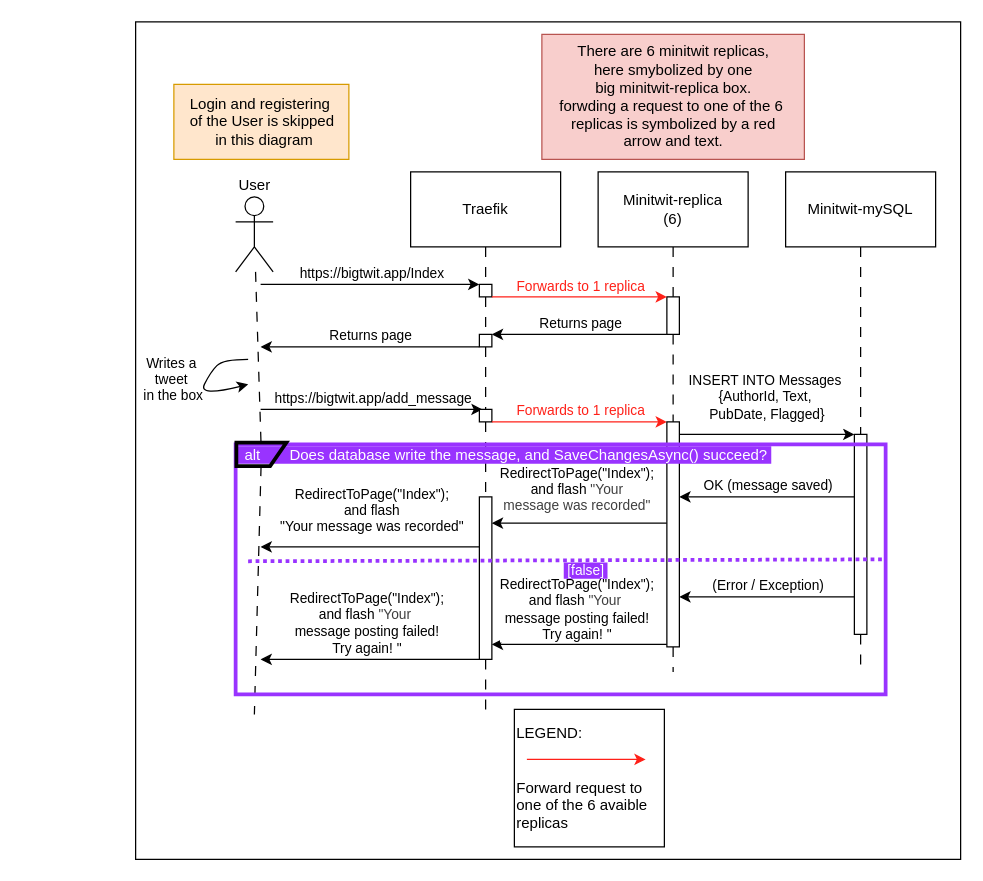
Above: report/diagrams/interactions_user.drawio in ITU-DevOps2026/ITU-minitwit (draw.io), before the change. Source tidied: cells renumbered, new cells numbered last; positions are measured from the earlier drawing's top-left corner, leaving out a move shared by most shapes. Both pictures are drawn from the tidied source at 125%, with x=0, y=0 at pixel (135, 21).
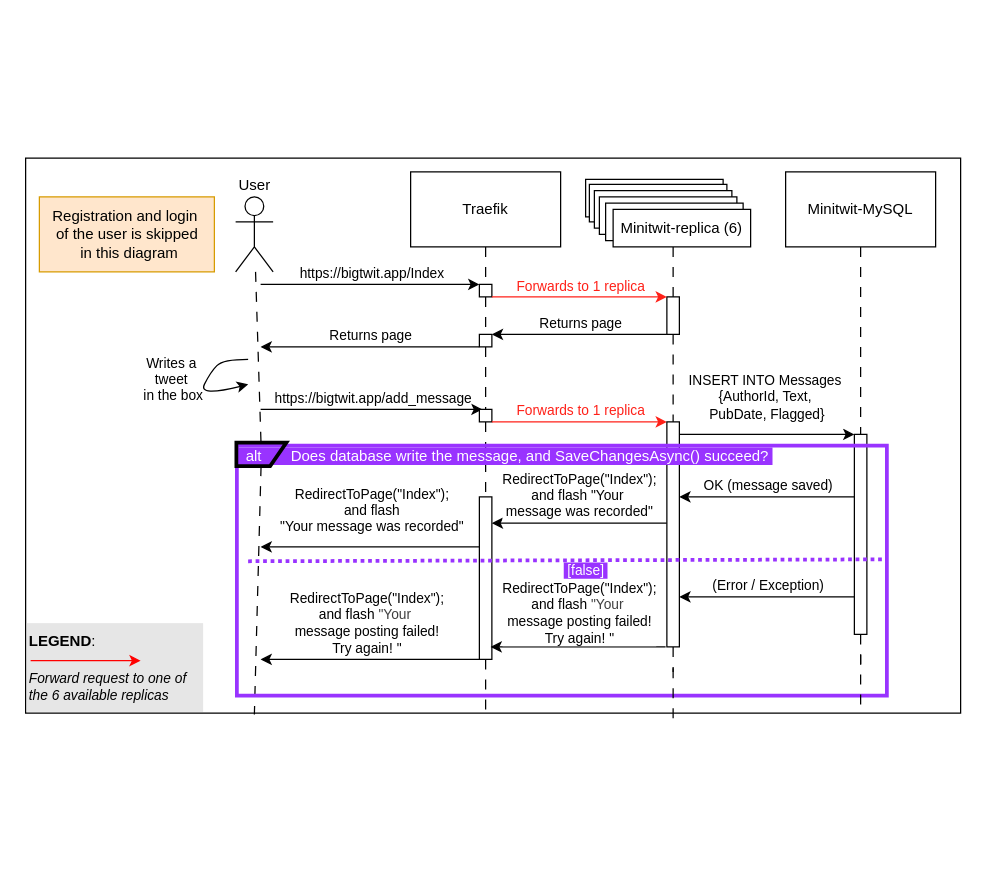
After the change.

The change refers to these unchanged cells:
```xml
<mxCell id="12" style="rounded=0;whiteSpace=wrap;html=1;" parent="1" vertex="1">
  <mxGeometry x="425" y="220" width="10" height="30" as="geometry" />
</mxCell>
<mxCell id="46" style="endArrow=classic;html=1;entryX=0.97;entryY=0.544;entryDx=0;entryDy=0;exitX=0;exitY=0.5;exitDx=0;exitDy=0;entryPerimeter=0;" parent="1" edge="1">
  <mxGeometry relative="1" as="geometry">
    <mxPoint x="425" y="401" as="sourcePoint" />
    <mxPoint x="285" y="401" as="targetPoint" />
  </mxGeometry>
</mxCell>
```

The edit, as a diff of the source:
```diff
@@
     <mxCell id="2" style="rounded=0;whiteSpace=wrap;html=1;" parent="1" vertex="1">
-      <mxGeometry width="660" height="670" as="geometry" />
+      <mxGeometry x="-88" y="109" width="748" height="444" as="geometry" />
     </mxCell>
@@
-    <mxCell id="5" value="Minitwit-replica&lt;br&gt;(6)" style="rounded=0;whiteSpace=wrap;html=1;" parent="1" vertex="1">
-      <mxGeometry x="370" y="120" width="120" height="60" as="geometry" />
-    </mxCell>
@@
-    <mxCell id="11" style="edgeStyle=none;html=1;exitX=0.5;exitY=1;exitDx=0;exitDy=0;dashed=1;dashPattern=8 8;endArrow=none;endFill=0;" parent="1" edge="1" source="5" target="12">
-      <mxGeometry relative="1" as="geometry" />
+    <mxCell id="11" style="edgeStyle=none;html=1;exitX=0.5;exitY=1;exitDx=0;exitDy=0;dashed=1;dashPattern=8 8;endArrow=none;endFill=0;" parent="1" edge="1" target="12">
+      <mxGeometry relative="1" as="geometry">
+        <mxPoint x="430" y="180" as="sourcePoint" />
+      </mxGeometry>
     </mxCell>
@@
-    <mxCell id="17" value="There are 6 minitwit replicas,&lt;div&gt;&amp;nbsp;here smybolized by one&amp;nbsp;&lt;/div&gt;&lt;div&gt;big minitwit-replica box.&lt;/div&gt;&lt;div&gt;forwding a request to one of the 6&amp;nbsp;&lt;/div&gt;&lt;div&gt;replicas is symbolized by a red&lt;/div&gt;&lt;div&gt;arrow and text.&lt;/div&gt;" style="text;html=1;align=center;verticalAlign=middle;strokeColor=#b85450;fillColor=#f8cecc;" parent="1" vertex="1">
-      <mxGeometry x="325" y="10" width="210" height="100" as="geometry" />
-    </mxCell>
-    <mxCell id="18" value="Login and registering&amp;nbsp;&lt;div&gt;of the User is skipped&lt;/div&gt;&lt;div&gt;&amp;nbsp;in this diagram&lt;/div&gt;" style="text;html=1;align=center;verticalAlign=middle;strokeColor=#d79b00;fillColor=#ffe6cc;" parent="1" vertex="1">
-      <mxGeometry x="30.6" y="50" width="140" height="60" as="geometry" />
+    <mxCell id="18" value="&lt;font style=&quot;color: rgb(0, 0, 0);&quot;&gt;Registration and login&amp;nbsp;&lt;/font&gt;&lt;div&gt;&lt;font style=&quot;color: rgb(0, 0, 0);&quot;&gt;of the user is skipped&lt;/font&gt;&lt;/div&gt;&lt;div&gt;&lt;font style=&quot;color: rgb(0, 0, 0);&quot;&gt;&amp;nbsp;in this diagram&lt;/font&gt;&lt;/div&gt;" style="text;html=1;align=center;verticalAlign=middle;strokeColor=#d79b00;fillColor=#ffe6cc;" parent="1" vertex="1">
+      <mxGeometry x="-77" y="140" width="140" height="60" as="geometry" />
     </mxCell>
-    <mxCell id="19" value="Minitwit-mySQL" style="rounded=0;whiteSpace=wrap;html=1;" parent="1" vertex="1">
+    <mxCell id="19" value="Minitwit-MySQL" style="rounded=0;whiteSpace=wrap;html=1;" parent="1" vertex="1">
       <mxGeometry x="520" y="120" width="120" height="60" as="geometry" />
     </mxCell>
@@
-    <mxCell id="36" value="LEGEND:&lt;div&gt;&lt;font color=&quot;#000000&quot;&gt;&lt;br&gt;&lt;/font&gt;&lt;/div&gt;&lt;div&gt;&lt;font color=&quot;#000000&quot;&gt;&lt;br&gt;&lt;/font&gt;&lt;div&gt;Forward request to one of the 6 avaible replicas&lt;/div&gt;&lt;/div&gt;" style="rounded=0;whiteSpace=wrap;html=1;align=left;" parent="1" vertex="1">
-      <mxGeometry x="303" y="550" width="120" height="110" as="geometry" />
+    <mxCell id="36" value="&lt;b&gt;&lt;font style=&quot;color: rgb(0, 0, 0);&quot;&gt;LEGEND&lt;/font&gt;&lt;/b&gt;:&lt;div&gt;&lt;br&gt;&lt;/div&gt;&lt;div&gt;&lt;div&gt;&lt;i&gt;&lt;font style=&quot;font-size: 11px;&quot;&gt;Forward request to one of the 6 available replicas&lt;/font&gt;&lt;/i&gt;&lt;/div&gt;&lt;/div&gt;" style="rounded=0;whiteSpace=wrap;html=1;align=left;strokeColor=none;fillColor=#E6E6E6;" parent="1" vertex="1">
+      <mxGeometry x="-87" y="481" width="141" height="71" as="geometry" />
     </mxCell>
-    <mxCell id="37" style="endArrow=classic;html=1;exitX=1;exitY=1;exitDx=0;exitDy=0;strokeColor=#FF2018;" parent="1" edge="1">
+    <mxCell id="37" style="endArrow=classic;html=1;strokeColor=#FF0000;" parent="1" edge="1">
       <mxGeometry relative="1" as="geometry">
-        <mxPoint x="313" y="590" as="sourcePoint" />
-        <mxPoint x="408" y="590" as="targetPoint" />
+        <mxPoint x="-84" y="511" as="sourcePoint" />
+        <mxPoint x="4" y="511" as="targetPoint" />
       </mxGeometry>
     </mxCell>
@@
-    <mxCell id="47" value="&lt;font style=&quot;scrollbar-color: rgb(226, 226, 226) rgb(251, 251, 251); color: rgb(0, 0, 0);&quot;&gt;RedirectToPage(&quot;Index&quot;);&lt;/font&gt;&lt;div style=&quot;color: rgb(63, 63, 63); scrollbar-color: rgb(226, 226, 226) rgb(251, 251, 251);&quot;&gt;&lt;font style=&quot;scrollbar-color: rgb(226, 226, 226) rgb(251, 251, 251); color: rgb(0, 0, 0);&quot;&gt;and flash&amp;nbsp;&lt;/font&gt;&lt;span style=&quot;background-color: light-dark(#ffffff, var(--ge-dark-color, #121212));&quot;&gt;&quot;Your&lt;/span&gt;&lt;/div&gt;&lt;div style=&quot;color: rgb(63, 63, 63); scrollbar-color: rgb(226, 226, 226) rgb(251, 251, 251);&quot;&gt;&lt;span style=&quot;background-color: light-dark(#ffffff, var(--ge-dark-color, #121212));&quot;&gt;message was recorded&quot;&lt;/span&gt;&lt;/div&gt;" style="edgeLabel;html=1;align=center;verticalAlign=middle;" parent="46" vertex="1">
+    <mxCell id="47" value="&lt;font style=&quot;scrollbar-color: rgb(226, 226, 226) rgb(251, 251, 251); color: rgb(0, 0, 0);&quot;&gt;RedirectToPage(&quot;Index&quot;);&lt;/font&gt;&lt;div style=&quot;scrollbar-color: rgb(226, 226, 226) rgb(251, 251, 251);&quot;&gt;&lt;font style=&quot;color: rgb(0, 0, 0);&quot;&gt;&lt;font style=&quot;color: rgb(0, 0, 0);&quot;&gt;&lt;font style=&quot;scrollbar-color: rgb(226, 226, 226) rgb(251, 251, 251); color: rgb(0, 0, 0);&quot;&gt;and flash&amp;nbsp;&lt;/font&gt;&lt;span style=&quot;background-color: light-dark(#ffffff, var(--ge-dark-color, #121212));&quot;&gt;&quot;Your&amp;nbsp;&lt;/span&gt;&lt;/font&gt;&lt;/font&gt;&lt;/div&gt;&lt;div style=&quot;scrollbar-color: rgb(226, 226, 226) rgb(251, 251, 251);&quot;&gt;&lt;font style=&quot;color: rgb(0, 0, 0);&quot;&gt;&lt;span style=&quot;background-color: light-dark(#ffffff, var(--ge-dark-color, #121212));&quot;&gt;message was recorded&quot;&lt;/span&gt;&lt;/font&gt;&lt;/div&gt;" style="edgeLabel;html=1;align=center;verticalAlign=middle;" parent="46" vertex="1">
       <mxGeometry relative="1" as="geometry">
-        <mxPoint x="-3" y="-28" as="offset" />
+        <mxPoint x="-1" y="-23" as="offset" />
       </mxGeometry>
     </mxCell>
@@
     <mxCell id="52" style="endArrow=classic;html=1;entryX=0.97;entryY=0.544;entryDx=0;entryDy=0;exitX=0;exitY=0.5;exitDx=0;exitDy=0;entryPerimeter=0;" parent="1" edge="1">
       <mxGeometry relative="1" as="geometry">
-        <mxPoint x="425" y="498" as="sourcePoint" />
-        <mxPoint x="285" y="498" as="targetPoint" />
+        <mxPoint x="424" y="500" as="sourcePoint" />
+        <mxPoint x="284" y="500" as="targetPoint" />
       </mxGeometry>
     </mxCell>
     <mxCell id="53" value="&lt;font style=&quot;scrollbar-color: rgb(226, 226, 226) rgb(251, 251, 251); color: rgb(0, 0, 0);&quot;&gt;RedirectToPage(&quot;Index&quot;);&lt;/font&gt;&lt;div style=&quot;color: rgb(63, 63, 63); scrollbar-color: rgb(226, 226, 226) rgb(251, 251, 251);&quot;&gt;&lt;font style=&quot;scrollbar-color: rgb(226, 226, 226) rgb(251, 251, 251); color: rgb(0, 0, 0);&quot;&gt;and flash&amp;nbsp;&lt;/font&gt;&lt;span style=&quot;background-color: light-dark(#ffffff, var(--ge-dark-color, #121212));&quot;&gt;&quot;Your&amp;nbsp;&lt;/span&gt;&lt;/div&gt;&lt;div style=&quot;color: rgb(63, 63, 63); scrollbar-color: rgb(226, 226, 226) rgb(251, 251, 251);&quot;&gt;&lt;font style=&quot;scrollbar-color: rgb(226, 226, 226) rgb(251, 251, 251); color: rgb(0, 0, 0);&quot;&gt;message posting failed!&lt;/font&gt;&lt;/div&gt;&lt;div style=&quot;color: rgb(63, 63, 63); scrollbar-color: rgb(226, 226, 226) rgb(251, 251, 251);&quot;&gt;&lt;font style=&quot;scrollbar-color: rgb(226, 226, 226) rgb(251, 251, 251); color: rgb(0, 0, 0);&quot;&gt;Try again! &quot;&lt;/font&gt;&lt;/div&gt;" style="edgeLabel;html=1;align=center;verticalAlign=middle;" parent="52" vertex="1">
       <mxGeometry relative="1" as="geometry">
-        <mxPoint x="-3" y="-29" as="offset" />
+        <mxPoint y="-28" as="offset" />
       </mxGeometry>
     </mxCell>
@@
     <mxCell id="57" value="&lt;span style=&quot;&quot;&gt;&lt;font style=&quot;color: rgb(255, 255, 255);&quot;&gt;&amp;nbsp; alt&amp;nbsp; &amp;nbsp; &amp;nbsp; &amp;nbsp;Does database write the message, and&amp;nbsp;SaveChangesAsync() succeed?&amp;nbsp;&lt;/font&gt;&lt;/span&gt;" style="rounded=0;whiteSpace=wrap;html=1;fillColor=none;strokeColor=#9933FF;labelBackgroundColor=light-dark(#9933FF,#A95100);labelBorderColor=none;spacingTop=0;spacing=-16;spacingLeft=-90;labelPosition=center;verticalLabelPosition=top;align=center;verticalAlign=bottom;spacingRight=0;strokeWidth=3;" parent="1" vertex="1">
-      <mxGeometry x="80" y="338" width="520" height="200" as="geometry" />
+      <mxGeometry x="81" y="339" width="520" height="200" as="geometry" />
     </mxCell>
@@
+    <mxCell id="62" style="rounded=0;whiteSpace=wrap;html=1;" parent="1" vertex="1">
+      <mxGeometry x="360" y="126" width="110" height="30" as="geometry" />
+    </mxCell>
+    <mxCell id="63" style="rounded=0;whiteSpace=wrap;html=1;" parent="1" vertex="1">
+      <mxGeometry x="363" y="130" width="110" height="30" as="geometry" />
+    </mxCell>
+    <mxCell id="64" style="rounded=0;whiteSpace=wrap;html=1;" parent="1" vertex="1">
+      <mxGeometry x="367" y="135" width="110" height="30" as="geometry" />
+    </mxCell>
+    <mxCell id="65" style="rounded=0;whiteSpace=wrap;html=1;" parent="1" vertex="1">
+      <mxGeometry x="371" y="140" width="110" height="30" as="geometry" />
+    </mxCell>
+    <mxCell id="66" style="rounded=0;whiteSpace=wrap;html=1;" parent="1" vertex="1">
+      <mxGeometry x="376" y="145" width="110" height="30" as="geometry" />
+    </mxCell>
+    <mxCell id="5" value="Minitwit-replica (6)" style="rounded=0;whiteSpace=wrap;html=1;" parent="1" vertex="1">
+      <mxGeometry x="382" y="150" width="110" height="30" as="geometry" />
+    </mxCell>
+    <mxCell id="67" style="edgeStyle=none;html=1;exitX=0.5;exitY=1;exitDx=0;exitDy=0;dashed=1;dashPattern=8 8;endArrow=none;endFill=0;" parent="1" edge="1">
+      <mxGeometry relative="1" as="geometry">
+        <mxPoint x="430" y="517" as="sourcePoint" />
+        <mxPoint x="430" y="557" as="targetPoint" />
+      </mxGeometry>
+    </mxCell>
+    <mxCell id="68" style="edgeStyle=none;html=1;exitX=0.5;exitY=1;exitDx=0;exitDy=0;dashed=1;dashPattern=8 8;endArrow=none;endFill=0;" parent="1" edge="1">
+      <mxGeometry relative="1" as="geometry">
+        <mxPoint x="580" y="506" as="sourcePoint" />
+        <mxPoint x="580" y="546" as="targetPoint" />
+      </mxGeometry>
+    </mxCell>
```
